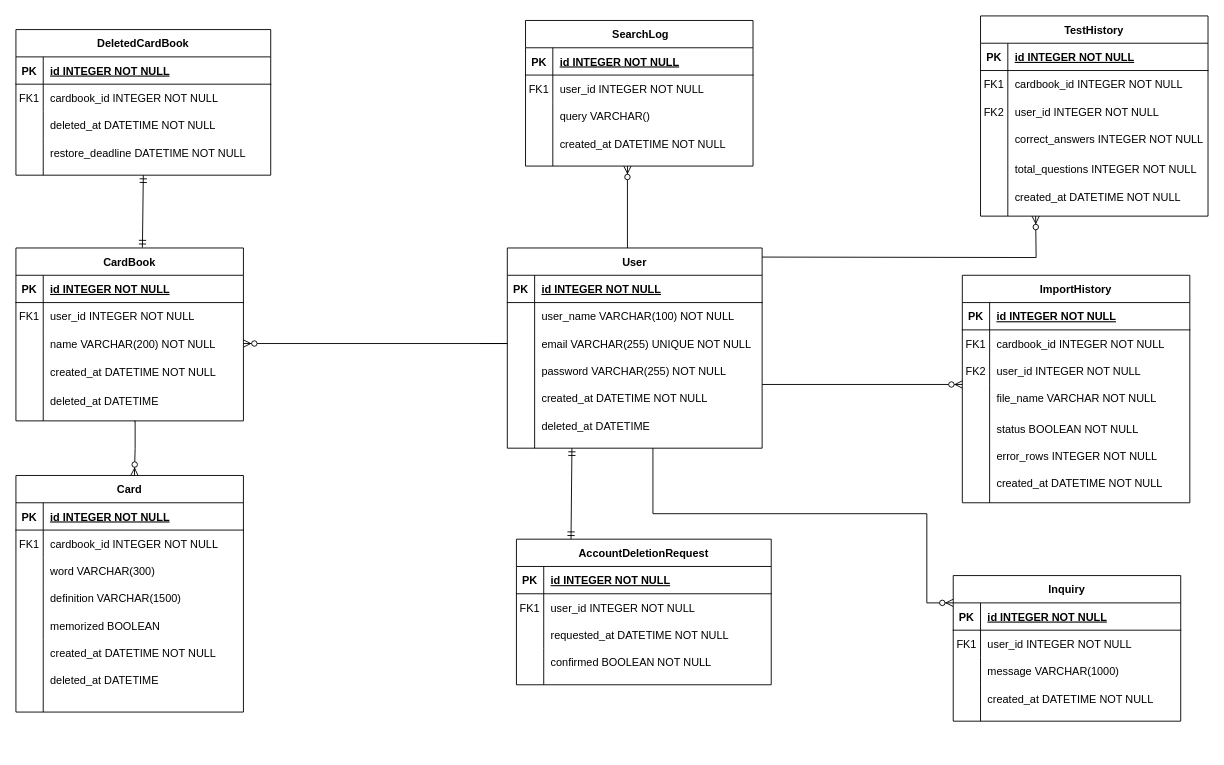
Before: tango_er.drawio in osakanae/tango, a draw.io diagram. Source tidied: cells renumbered, new cells numbered last; positions are measured from the earlier drawing's top-left corner, leaving out a move shared by most shapes. Both pictures are drawn from the tidied source at 91%, with x=0, y=0 at pixel (15, 15).
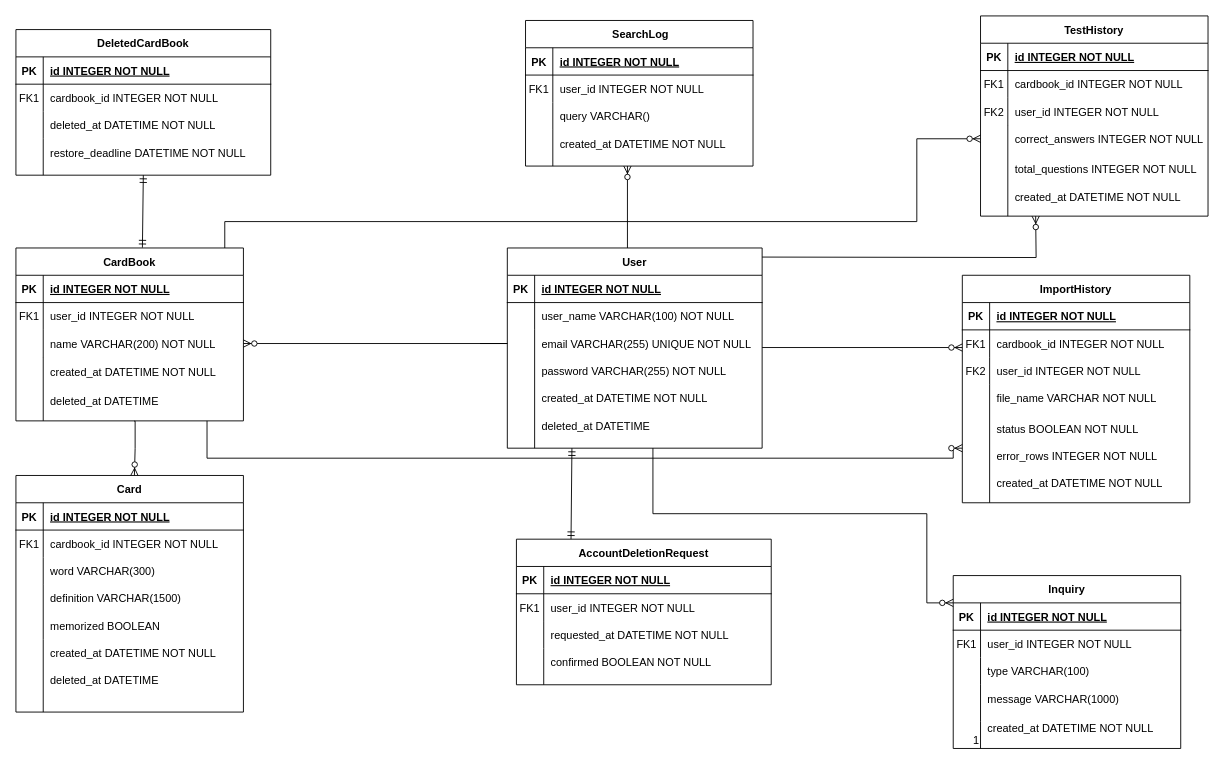
The same page after the edit.

Unchanged cells that the change refers to:
```xml
<mxCell id="19" value="CardBook" style="shape=table;startSize=30;childLayout=tableLayout;rowLines=0;fontStyle=1;align=center;" parent="18" vertex="1">
  <mxGeometry width="250" height="190" as="geometry" />
</mxCell>
<mxCell id="99" style="group;" parent="97" vertex="1">
  <mxGeometry width="250" height="190" as="geometry" />
</mxCell>
<mxCell id="107" style="shape=partialRectangle;fillColor=none;points=[[0,0.5],[1,0.5]];portConstraint=eastwest;top=0;left=0;right=0;bottom=0;" parent="100" vertex="1">
  <mxGeometry y="90" width="250" height="30" as="geometry" />
</mxCell>
```

The edit, as a diff of the source:
```diff
@@
     <mxCell id="100" value="Inquiry" style="shape=table;startSize=30;childLayout=tableLayout;rowLines=0;fontStyle=1;align=center;" parent="99" vertex="1">
-      <mxGeometry width="250" height="160" as="geometry" />
+      <mxGeometry width="250" height="190" as="geometry" />
     </mxCell>
@@
-    <mxCell id="109" value="message VARCHAR(1000) " style="shape=partialRectangle;overflow=hidden;fillColor=none;top=0;left=0;bottom=0;right=0;align=left;spacingLeft=6;" parent="107" vertex="1">
+    <mxCell id="109" value="type VARCHAR(100) " style="shape=partialRectangle;overflow=hidden;fillColor=none;top=0;left=0;bottom=0;right=0;align=left;spacingLeft=6;" parent="107" vertex="1">
       <mxGeometry x="30" width="220" height="30" as="geometry" />
     </mxCell>
-    <mxCell id="110" value="created_at DATETIME NOT NULL" style="shape=partialRectangle;overflow=hidden;fillColor=none;top=0;left=0;bottom=0;right=0;align=left;spacingLeft=6;" parent="99" vertex="1">
+    <mxCell id="110" value="message VARCHAR(1000) " style="shape=partialRectangle;overflow=hidden;fillColor=none;top=0;left=0;bottom=0;right=0;align=left;spacingLeft=6;" parent="99" vertex="1">
       <mxGeometry x="30" y="120" width="220" height="31.7" as="geometry" />
     </mxCell>
+    <mxCell id="149" value="created_at DATETIME NOT NULL" style="shape=partialRectangle;overflow=hidden;fillColor=none;top=0;left=0;bottom=0;right=0;align=left;spacingLeft=6;" parent="99" vertex="1">
+      <mxGeometry x="30" y="151.7" width="220" height="31.7" as="geometry" />
+    </mxCell>
@@
     <mxCell id="146" style="fontSize=12;html=1;endArrow=ERzeroToMany;endFill=1;rounded=0;" parent="1" edge="1">
       <mxGeometry relative="1" as="geometry">
-        <mxPoint x="820" y="405" as="sourcePoint" />
-        <mxPoint x="1040" y="405" as="targetPoint" />
+        <mxPoint x="820" y="364.4" as="sourcePoint" />
+        <mxPoint x="1040" y="364.4" as="targetPoint" />
       </mxGeometry>
     </mxCell>
@@
+    <mxCell id="150" style="fontSize=12;html=1;endArrow=ERzeroToMany;endFill=1;rounded=0;edgeStyle=orthogonalEdgeStyle;exitX=0.918;exitY=0;exitDx=0;exitDy=0;exitPerimeter=0;" parent="1" edge="1" source="19">
+      <mxGeometry relative="1" as="geometry">
+        <mxPoint x="1060" y="135" as="targetPoint" />
+        <Array as="points">
+          <mxPoint x="230" y="226" />
+          <mxPoint x="990" y="226" />
+          <mxPoint x="990" y="135" />
+        </Array>
+      </mxGeometry>
+    </mxCell>
+    <mxCell id="151" style="fontSize=12;html=1;endArrow=ERzeroToMany;endFill=1;rounded=0;edgeStyle=orthogonalEdgeStyle;" parent="1" edge="1">
+      <mxGeometry relative="1" as="geometry">
+        <mxPoint x="210" y="445" as="sourcePoint" />
+        <mxPoint x="1040" y="475" as="targetPoint" />
+        <Array as="points">
+          <mxPoint x="210" y="486" />
+          <mxPoint x="1030" y="486" />
+          <mxPoint x="1030" y="475" />
+        </Array>
+      </mxGeometry>
+    </mxCell>
+    <mxCell id="152" style="endArrow=none;html=1;rounded=0;" parent="1" edge="1">
+      <mxGeometry relative="1" as="geometry">
+        <mxPoint x="1060" y="775" as="sourcePoint" />
+        <mxPoint x="1060" y="805" as="targetPoint" />
+      </mxGeometry>
+    </mxCell>
+    <mxCell id="153" value="1" style="html=1;whiteSpace=wrap;align=right;verticalAlign=bottom;" parent="152" vertex="1">
+      <mxGeometry x="1" relative="1" as="geometry" />
+    </mxCell>
```
